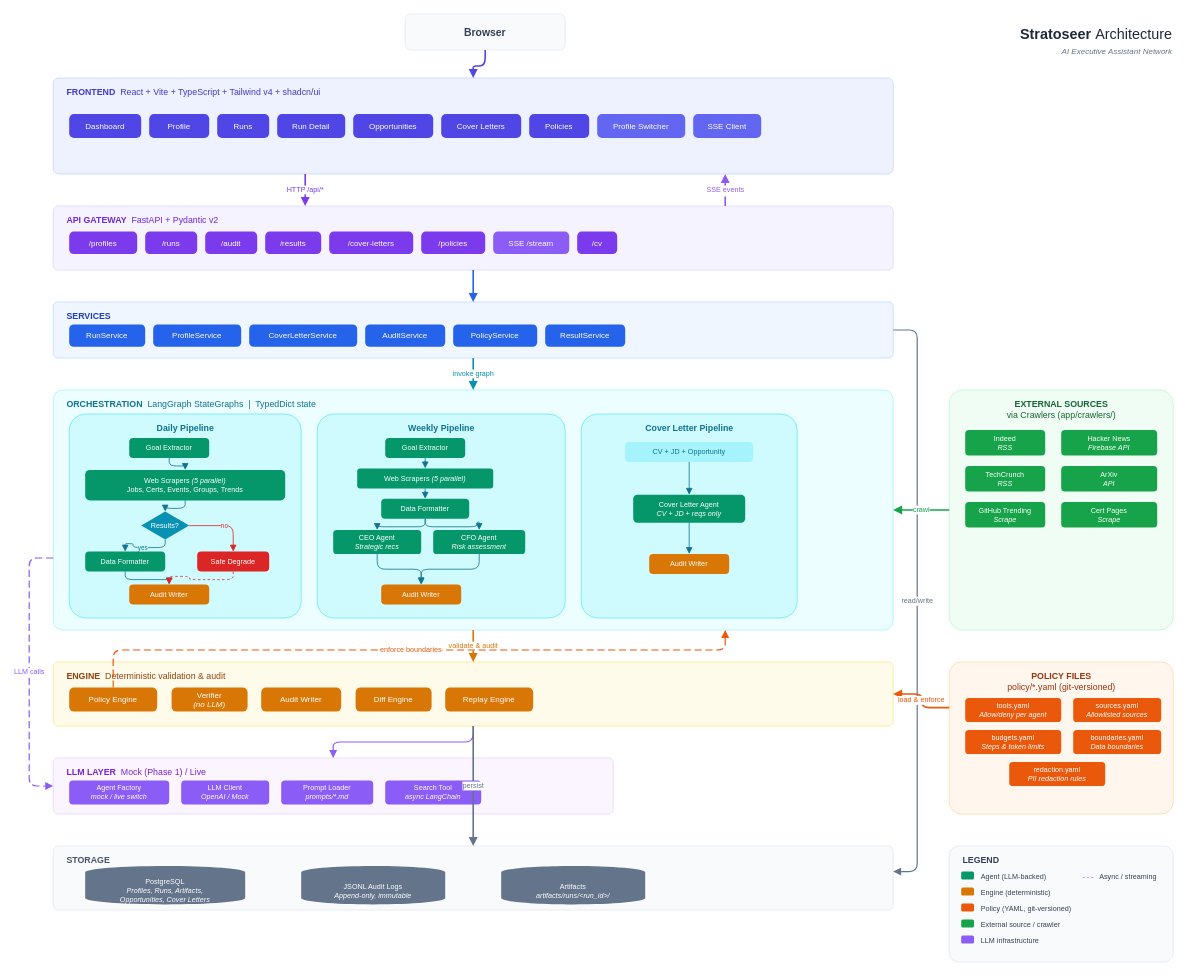
CodeMaster10000/ai-executive-assistant keeps this draw.io diagram as docs/architecture.drawio. Above is the earlier version. Source tidied: cells renumbered, new cells numbered last; positions are measured from the earlier drawing's top-left corner, leaving out a move shared by most shapes. Both pictures are drawn from the tidied source at 80%, with x=0, y=0 at pixel (29, 14).
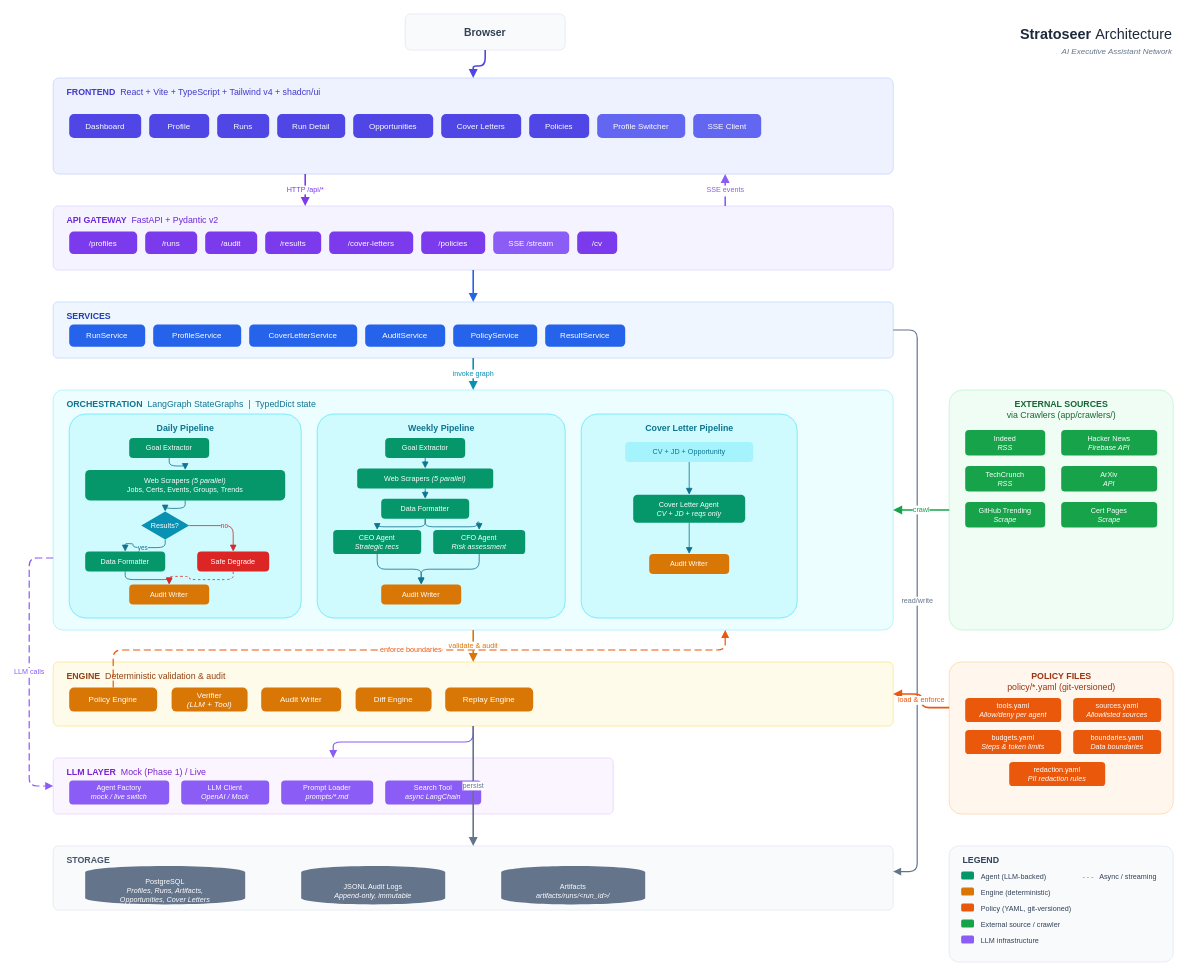
The same diagram, later.

Commit message (it also covers changes not shown here):
chore: add sonar logs to gitignore, update verifier label in diagram

Change to the diagram source:
```diff
@@
-    <mxCell id="60" value="Verifier&lt;br&gt;&lt;i&gt;(no LLM)&lt;/i&gt;" style="rounded=1;whiteSpace=wrap;html=1;fillColor=#d97706;fontColor=#ffffff;strokeColor=none;fontSize=10;arcSize=20;" parent="1" vertex="1">
+    <mxCell id="60" value="Verifier&lt;br&gt;&lt;i&gt;(LLM + Tool)&lt;/i&gt;" style="rounded=1;whiteSpace=wrap;html=1;fillColor=#d97706;fontColor=#ffffff;strokeColor=none;fontSize=10;arcSize=20;" parent="1" vertex="1">
       <mxGeometry x="178" y="842" width="95" height="30" as="geometry" />
     </mxCell>
```
